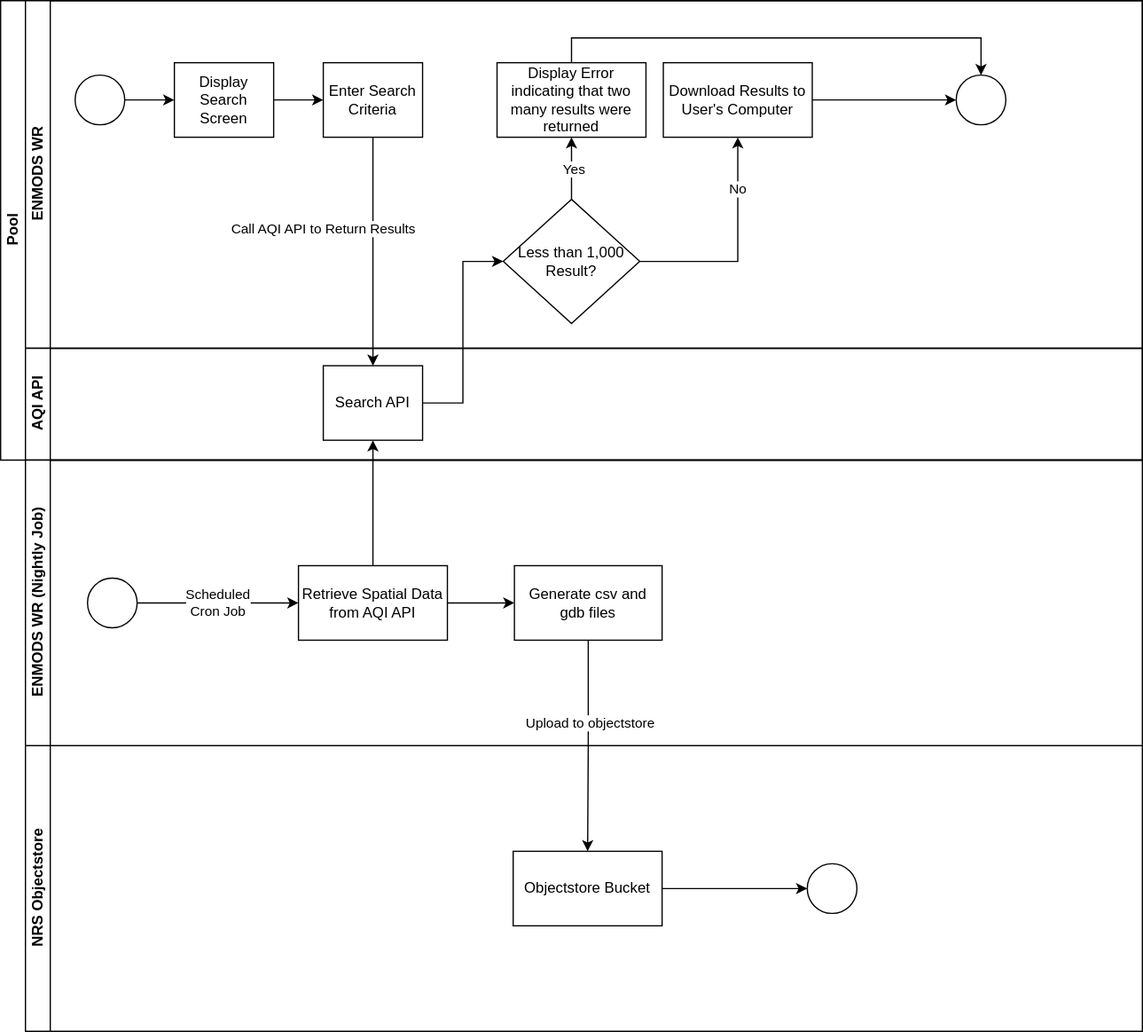
Above: documentation/process.drawio.svg in bcgov/nr-enmods-wr (draw.io), before the change. Source tidied: cells renumbered, new cells last; positions are measured from the earlier drawing's top-left corner, leaving out a move shared by most shapes. The source it was exported from:
```xml
<mxGraphModel>
  <root>
    <mxCell id="0" />
    <mxCell id="1" parent="0" />
    <mxCell id="2" value="Pool" style="swimlane;html=1;horizontal=0;startSize=20;" parent="1" vertex="1">
      <mxGeometry width="920" height="370" as="geometry" />
    </mxCell>
    <mxCell id="3" value="ENMODS WR" style="swimlane;html=1;startSize=20;horizontal=0;" parent="2" vertex="1">
      <mxGeometry x="20" width="900" height="280" as="geometry" />
    </mxCell>
    <mxCell id="4" style="edgeStyle=orthogonalEdgeStyle;rounded=0;jettySize=auto;html=1;" parent="3" edge="1" source="5" target="7">
      <mxGeometry relative="1" as="geometry" />
    </mxCell>
    <mxCell id="5" style="ellipse;whiteSpace=wrap;html=1;" parent="3" vertex="1">
      <mxGeometry x="40" y="60" width="40" height="40" as="geometry" />
    </mxCell>
    <mxCell id="6" style="edgeStyle=orthogonalEdgeStyle;rounded=0;jettySize=auto;html=1;" parent="3" edge="1" source="7" target="8">
      <mxGeometry relative="1" as="geometry" />
    </mxCell>
    <mxCell id="7" value="Display Search Screen" style="rounded=0;whiteSpace=wrap;html=1;fontFamily=Helvetica;fontSize=12;fontColor=#000000;align=center;" parent="3" vertex="1">
      <mxGeometry x="120" y="50" width="80" height="60" as="geometry" />
    </mxCell>
    <mxCell id="8" value="Enter Search Criteria" style="rounded=0;whiteSpace=wrap;html=1;fontFamily=Helvetica;fontSize=12;fontColor=#000000;align=center;" parent="3" vertex="1">
      <mxGeometry x="240" y="50" width="80" height="60" as="geometry" />
    </mxCell>
    <mxCell id="9" style="ellipse;whiteSpace=wrap;html=1;" parent="3" vertex="1">
      <mxGeometry x="750" y="60" width="40" height="40" as="geometry" />
    </mxCell>
    <mxCell id="10" style="edgeStyle=orthogonalEdgeStyle;rounded=0;jettySize=auto;html=1;exitX=0.5;exitY=0;exitDx=0;exitDy=0;entryX=0.5;entryY=0;entryDx=0;entryDy=0;" parent="3" edge="1" source="11" target="9">
      <mxGeometry relative="1" as="geometry" />
    </mxCell>
    <mxCell id="11" value="Display Error indicating that two many results were returned" style="rounded=0;whiteSpace=wrap;html=1;" parent="3" vertex="1">
      <mxGeometry x="380" y="50" width="120" height="60" as="geometry" />
    </mxCell>
    <mxCell id="12" style="edgeStyle=orthogonalEdgeStyle;rounded=0;jettySize=auto;html=1;" parent="3" edge="1" source="13" target="9">
      <mxGeometry relative="1" as="geometry" />
    </mxCell>
    <mxCell id="13" value="Download Results to User's Computer" style="rounded=0;whiteSpace=wrap;html=1;" parent="3" vertex="1">
      <mxGeometry x="514" y="50" width="120" height="60" as="geometry" />
    </mxCell>
    <mxCell id="14" value="Less than 1,000 Result?" style="rhombus;whiteSpace=wrap;html=1;" parent="3" vertex="1">
      <mxGeometry x="385" y="160" width="110" height="100" as="geometry" />
    </mxCell>
    <mxCell id="15" style="edgeStyle=orthogonalEdgeStyle;rounded=0;jettySize=auto;html=1;entryX=0.5;entryY=1;entryDx=0;entryDy=0;" parent="3" edge="1" source="14" target="11">
      <mxGeometry relative="1" as="geometry" />
    </mxCell>
    <mxCell id="16" value="Yes" style="edgeLabel;html=1;align=center;verticalAlign=middle;" parent="15" vertex="1">
      <mxGeometry y="-1" relative="1" as="geometry" />
    </mxCell>
    <mxCell id="17" value="No" style="edgeStyle=orthogonalEdgeStyle;rounded=0;jettySize=auto;html=1;entryX=0.5;entryY=1;entryDx=0;entryDy=0;" parent="3" edge="1" source="14" target="13">
      <mxGeometry x="0.53" relative="1" as="geometry" />
    </mxCell>
    <mxCell id="18" value="AQI API" style="swimlane;html=1;startSize=20;horizontal=0;" parent="2" vertex="1">
      <mxGeometry x="20" y="280" width="900" height="90" as="geometry" />
    </mxCell>
    <mxCell id="19" value="Search API" style="rounded=0;whiteSpace=wrap;html=1;fontFamily=Helvetica;fontSize=12;fontColor=#000000;align=center;" parent="18" vertex="1">
      <mxGeometry x="240" y="14" width="80" height="60" as="geometry" />
    </mxCell>
    <mxCell id="20" value="Call AQI API to Return Results" style="edgeStyle=orthogonalEdgeStyle;rounded=0;jettySize=auto;html=1;" parent="2" edge="1" source="8" target="19">
      <mxGeometry x="-0.2" y="-40" relative="1" as="geometry" />
    </mxCell>
    <mxCell id="21" style="edgeStyle=orthogonalEdgeStyle;rounded=0;jettySize=auto;html=1;entryX=0;entryY=0.5;entryDx=0;entryDy=0;" parent="2" edge="1" source="19" target="14">
      <mxGeometry relative="1" as="geometry" />
    </mxCell>
    <mxCell id="22" value="&lt;div&gt;ENMODS WR (Nightly Job)&lt;/div&gt;" style="swimlane;html=1;startSize=20;horizontal=0;" parent="1" vertex="1">
      <mxGeometry x="20" y="370" width="900" height="230" as="geometry" />
    </mxCell>
    <mxCell id="23" style="edgeStyle=orthogonalEdgeStyle;rounded=0;jettySize=auto;html=1;" parent="22" edge="1" source="24" target="25">
      <mxGeometry relative="1" as="geometry" />
    </mxCell>
    <mxCell id="24" value="Retrieve Spatial Data from AQI API" style="rounded=0;whiteSpace=wrap;html=1;" parent="22" vertex="1">
      <mxGeometry x="220" y="85" width="120" height="60" as="geometry" />
    </mxCell>
    <mxCell id="25" value="Generate  csv and gdb files" style="rounded=0;whiteSpace=wrap;html=1;" parent="22" vertex="1">
      <mxGeometry x="394" y="85" width="119" height="60" as="geometry" />
    </mxCell>
    <mxCell id="26" value="&lt;div&gt;Scheduled&lt;/div&gt;&lt;div&gt;Cron Job&lt;/div&gt;" style="edgeStyle=orthogonalEdgeStyle;rounded=0;jettySize=auto;html=1;" parent="22" edge="1" source="27" target="24">
      <mxGeometry relative="1" as="geometry" />
    </mxCell>
    <mxCell id="27" style="ellipse;whiteSpace=wrap;html=1;" parent="22" vertex="1">
      <mxGeometry x="50" y="95" width="40" height="40" as="geometry" />
    </mxCell>
    <mxCell id="28" style="edgeStyle=orthogonalEdgeStyle;rounded=0;jettySize=auto;html=1;" parent="1" edge="1" source="24" target="19">
      <mxGeometry relative="1" as="geometry" />
    </mxCell>
    <mxCell id="29" value="NRS Objectstore" style="swimlane;html=1;startSize=20;horizontal=0;" parent="1" vertex="1">
      <mxGeometry x="20" y="600" width="900" height="230" as="geometry" />
    </mxCell>
    <mxCell id="30" style="edgeStyle=orthogonalEdgeStyle;rounded=0;jettySize=auto;html=1;entryX=0;entryY=0.5;entryDx=0;entryDy=0;" parent="29" edge="1" source="31" target="32">
      <mxGeometry relative="1" as="geometry" />
    </mxCell>
    <mxCell id="31" value="Objectstore Bucket" style="rounded=0;whiteSpace=wrap;html=1;" parent="29" vertex="1">
      <mxGeometry x="393" y="85" width="120" height="60" as="geometry" />
    </mxCell>
    <mxCell id="32" style="ellipse;whiteSpace=wrap;html=1;" parent="29" vertex="1">
      <mxGeometry x="630" y="95" width="40" height="40" as="geometry" />
    </mxCell>
    <mxCell id="33" style="edgeStyle=orthogonalEdgeStyle;rounded=0;jettySize=auto;html=1;" parent="1" edge="1" source="25" target="31">
      <mxGeometry relative="1" as="geometry" />
    </mxCell>
    <mxCell id="34" value="Upload to objectstore" style="edgeLabel;html=1;align=center;verticalAlign=middle;" parent="33" vertex="1">
      <mxGeometry x="-0.23" y="1" relative="1" as="geometry" />
    </mxCell>
  </root>
</mxGraphModel>
```
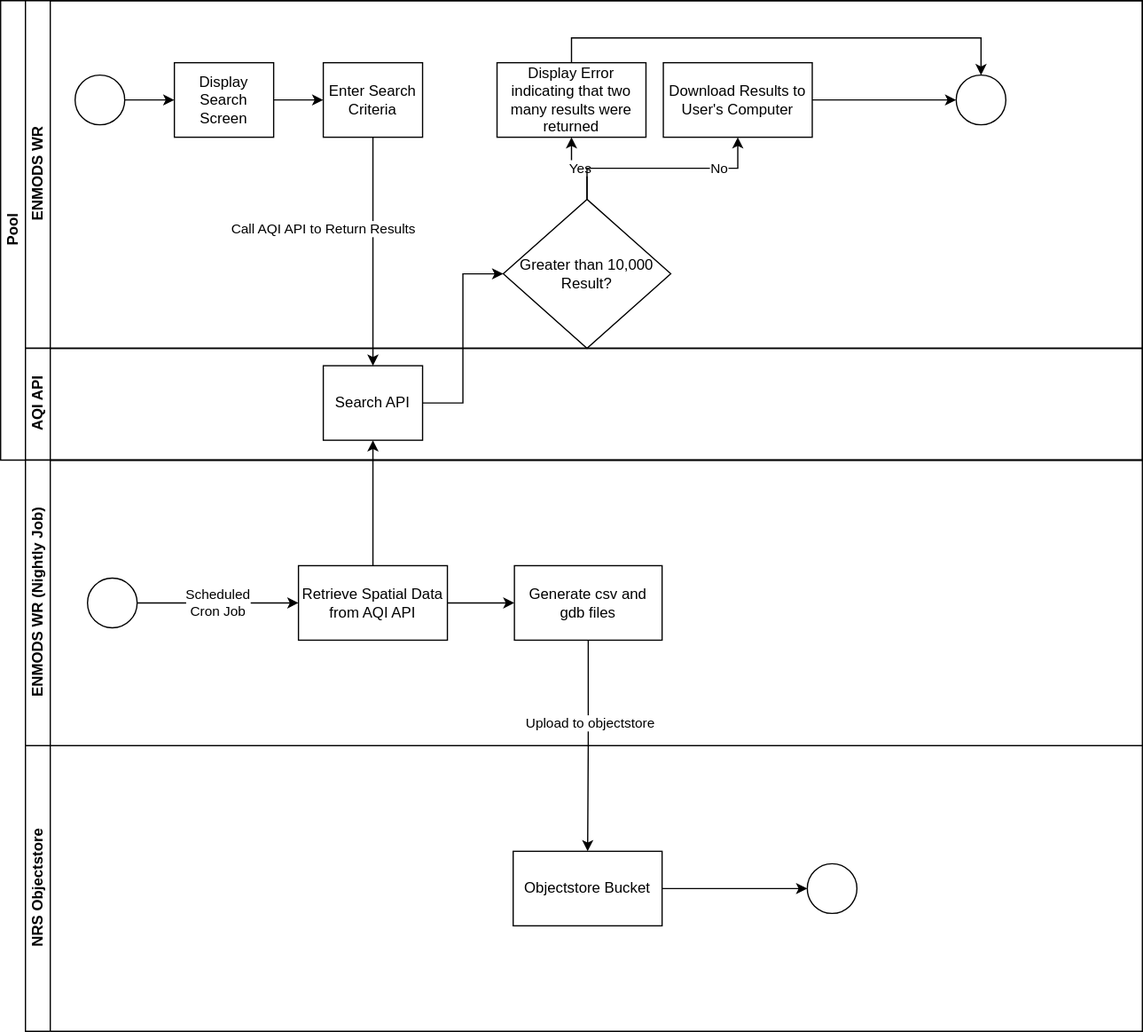
After the change.

Change to the diagram source:
```diff
@@ -38,8 +38,8 @@
     <mxCell id="13" value="Download Results to User's Computer" style="rounded=0;whiteSpace=wrap;html=1;" parent="3" vertex="1">
       <mxGeometry x="514" y="50" width="120" height="60" as="geometry" />
     </mxCell>
-    <mxCell id="14" value="Less than 1,000 Result?" style="rhombus;whiteSpace=wrap;html=1;" parent="3" vertex="1">
-      <mxGeometry x="385" y="160" width="110" height="100" as="geometry" />
+    <mxCell id="14" value="Greater than 10,000 Result?" style="rhombus;whiteSpace=wrap;html=1;" parent="3" vertex="1">
+      <mxGeometry x="385" y="160" width="135" height="120" as="geometry" />
     </mxCell>
     <mxCell id="15" style="edgeStyle=orthogonalEdgeStyle;rounded=0;jettySize=auto;html=1;entryX=0.5;entryY=1;entryDx=0;entryDy=0;" parent="3" edge="1" source="14" target="11">
       <mxGeometry relative="1" as="geometry" />
```
